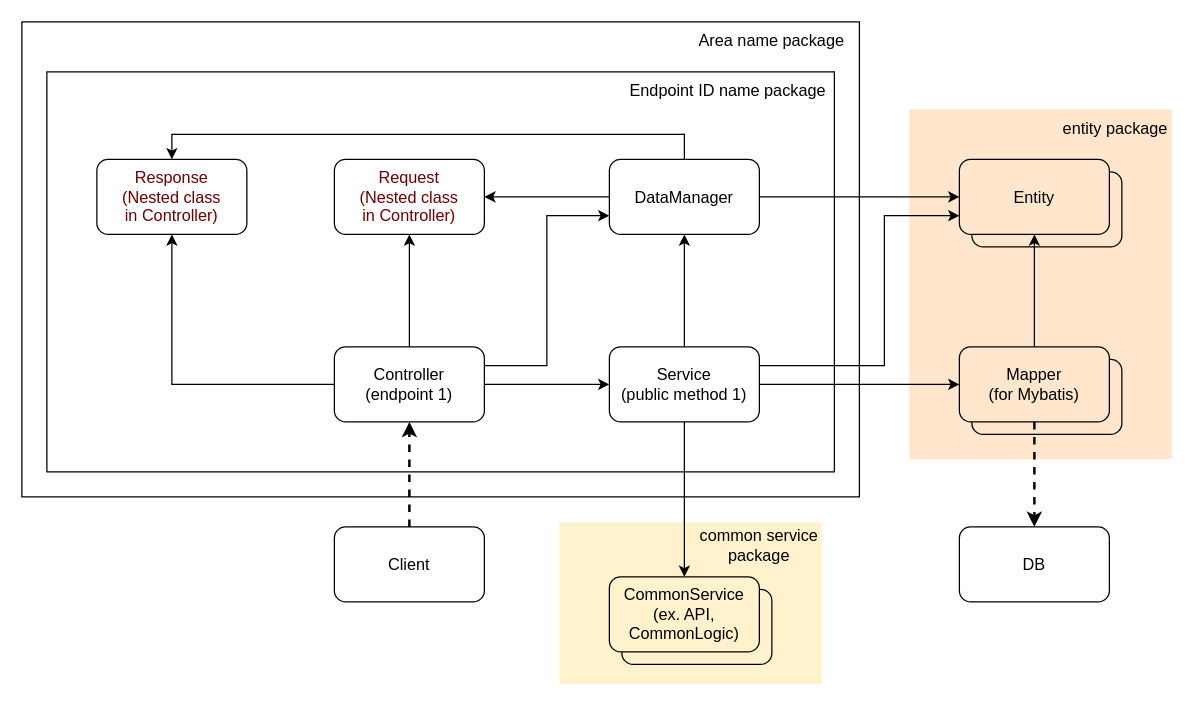
Earlier version of the draw.io diagram page "TO-BE-v1" (2 of 4) of architecture-in-spring/SimpleBackend.drawio (seungyeop-lee/blog-example). Source tidied: cells renumbered, new cells numbered last; positions are measured from the earlier drawing's top-left corner, leaving out a move shared by most shapes. Both pictures are drawn from the tidied source at 125%, with x=0, y=0 at pixel (21, 21).
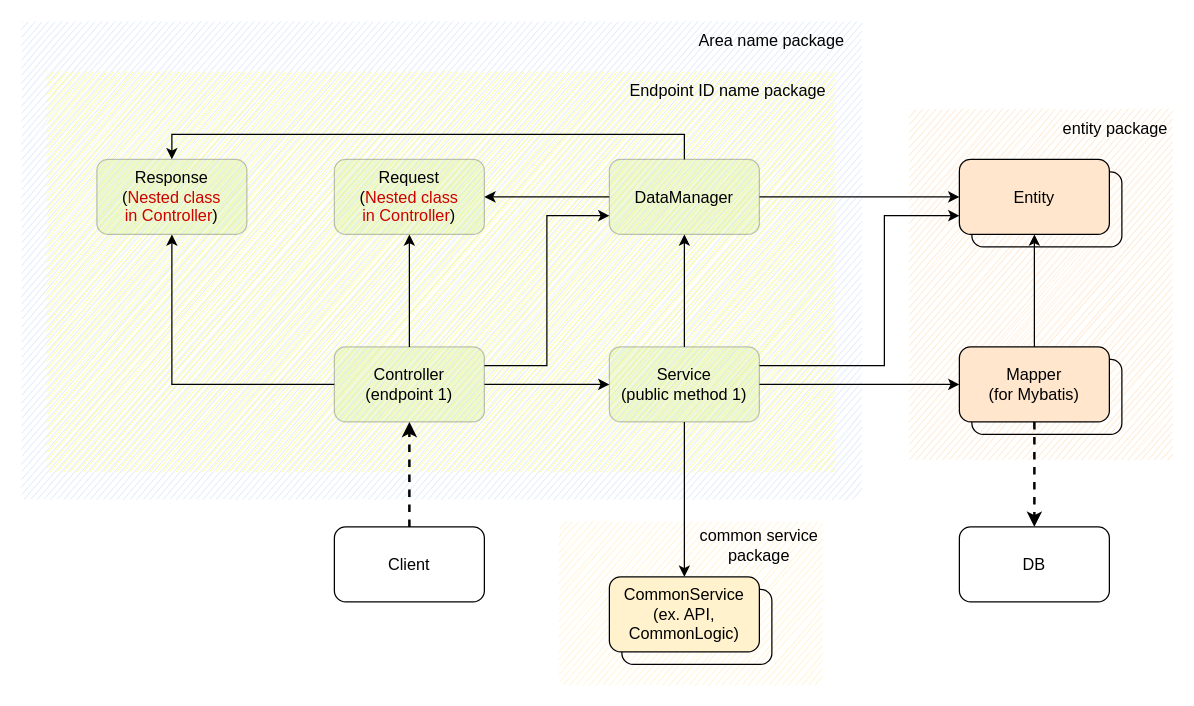
After the change.

Change to the diagram source:
```diff
@@
-    <mxCell id="2" style="rounded=0;whiteSpace=wrap;html=1;shadow=0;glass=0;sketch=0;strokeColor=#000000;fontSize=13;fillColor=none;" parent="1" vertex="1">
+    <mxCell id="2" style="rounded=0;whiteSpace=wrap;html=1;shadow=0;glass=0;sketch=1;strokeColor=none;fontSize=13;fillColor=#dae8fc;" parent="1" vertex="1">
       <mxGeometry width="670" height="380" as="geometry" />
     </mxCell>
-    <mxCell id="3" style="rounded=0;whiteSpace=wrap;html=1;shadow=0;glass=0;sketch=0;strokeColor=#000000;fontSize=13;fillColor=none;" parent="1" vertex="1">
+    <mxCell id="3" style="rounded=0;whiteSpace=wrap;html=1;shadow=0;glass=0;sketch=1;strokeColor=none;fontSize=13;fillColor=#ffff88;" parent="1" vertex="1">
       <mxGeometry x="20" y="40" width="630" height="320" as="geometry" />
     </mxCell>
-    <mxCell id="4" style="rounded=0;whiteSpace=wrap;html=1;fillColor=#fff2cc;strokeColor=none;" parent="1" vertex="1">
+    <mxCell id="4" style="rounded=0;whiteSpace=wrap;html=1;fillColor=#fff2cc;strokeColor=none;sketch=1;" parent="1" vertex="1">
       <mxGeometry x="430" y="400" width="210" height="130" as="geometry" />
     </mxCell>
-    <mxCell id="5" style="rounded=0;whiteSpace=wrap;html=1;fillColor=#ffe6cc;strokeColor=none;" parent="1" vertex="1">
+    <mxCell id="5" style="rounded=0;whiteSpace=wrap;html=1;fillColor=#ffe6cc;strokeColor=none;glass=0;sketch=1;" parent="1" vertex="1">
       <mxGeometry x="710" y="70" width="210" height="280" as="geometry" />
     </mxCell>
@@
-    <mxCell id="13" value="Controller&lt;br&gt;(endpoint 1)" style="rounded=1;whiteSpace=wrap;html=1;fillColor=none;fontStyle=0;fontSize=13;glass=0;shadow=0;" parent="1" vertex="1">
+    <mxCell id="13" value="Controller&lt;br&gt;(endpoint 1)" style="rounded=1;whiteSpace=wrap;html=1;fontStyle=0;fontSize=13;glass=0;shadow=0;fillColor=#cdeb8b;strokeColor=#36393d;opacity=30;" parent="1" vertex="1">
       <mxGeometry x="250" y="260" width="120" height="60" as="geometry" />
     </mxCell>
-    <mxCell id="14" value="Request&lt;br&gt;(Nested class&lt;br style=&quot;border-color: var(--border-color);&quot;&gt;in Controller)" style="rounded=1;whiteSpace=wrap;html=1;fillColor=none;fontStyle=0;fontSize=13;glass=0;shadow=0;fontColor=#660000;" parent="1" vertex="1">
+    <mxCell id="14" value="Request&lt;br&gt;(&lt;font color=&quot;#cc0000&quot;&gt;Nested class&lt;br style=&quot;border-color: var(--border-color);&quot;&gt;in Controller&lt;/font&gt;)" style="rounded=1;whiteSpace=wrap;html=1;fontStyle=0;fontSize=13;glass=0;shadow=0;fillColor=#cdeb8b;strokeColor=#36393d;opacity=30;" parent="1" vertex="1">
       <mxGeometry x="250" y="110" width="120" height="60" as="geometry" />
     </mxCell>
-    <mxCell id="15" value="Response&lt;br&gt;(Nested class&lt;br&gt;in Controller)" style="rounded=1;whiteSpace=wrap;html=1;fillColor=none;fontStyle=0;fontSize=13;glass=0;shadow=0;fontColor=#660000;" parent="1" vertex="1">
+    <mxCell id="15" value="Response&lt;br&gt;(&lt;font color=&quot;#cc0000&quot;&gt;Nested class&lt;br&gt;in Controller&lt;/font&gt;)" style="rounded=1;whiteSpace=wrap;html=1;fontStyle=0;fontSize=13;glass=0;shadow=0;fillColor=#cdeb8b;strokeColor=#36393d;opacity=30;" parent="1" vertex="1">
       <mxGeometry x="60" y="110" width="120" height="60" as="geometry" />
     </mxCell>
@@
-    <mxCell id="20" value="Service&lt;br&gt;(public method 1)" style="rounded=1;whiteSpace=wrap;html=1;fillColor=none;fontStyle=0;fontSize=13;glass=0;shadow=0;" parent="1" vertex="1">
+    <mxCell id="20" value="Service&lt;br&gt;(public method 1)" style="rounded=1;whiteSpace=wrap;html=1;fontStyle=0;fontSize=13;glass=0;shadow=0;fillColor=#cdeb8b;strokeColor=#36393d;opacity=30;" parent="1" vertex="1">
       <mxGeometry x="470" y="260" width="120" height="60" as="geometry" />
     </mxCell>
@@
-    <mxCell id="24" value="DataManager" style="rounded=1;whiteSpace=wrap;html=1;fillColor=none;fontStyle=0;fontSize=13;glass=0;shadow=0;" parent="1" vertex="1">
+    <mxCell id="24" value="DataManager" style="rounded=1;whiteSpace=wrap;html=1;fontStyle=0;fontSize=13;glass=0;shadow=0;fillColor=#cdeb8b;strokeColor=#36393d;opacity=30;" parent="1" vertex="1">
       <mxGeometry x="470" y="110" width="120" height="60" as="geometry" />
     </mxCell>
```
